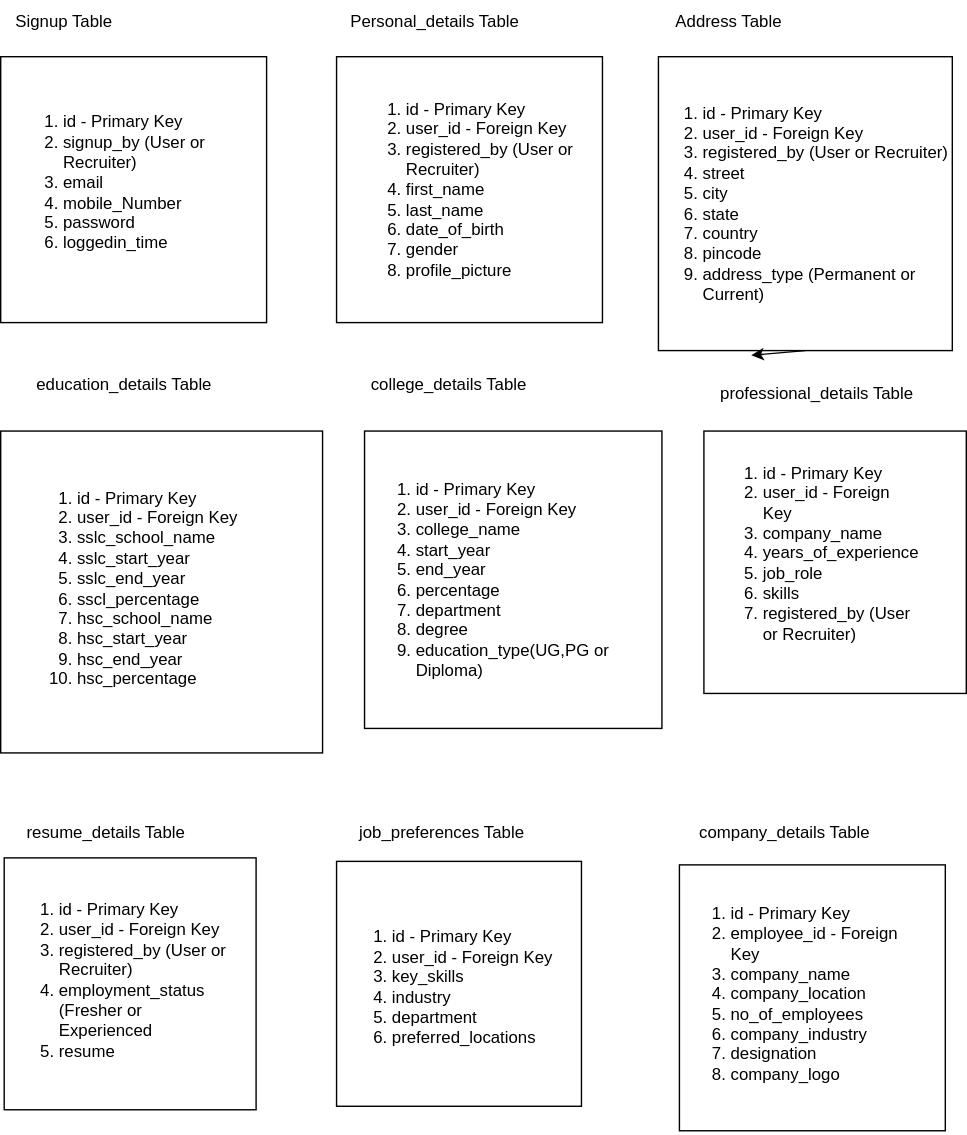
JobPortal006/backend keeps this draw.io diagram as fieldmaping.drawio.svg. Above is the earlier version. Source tidied: cells renumbered, new cells last; positions are measured from the earlier drawing's top-left corner, leaving out a move shared by most shapes.
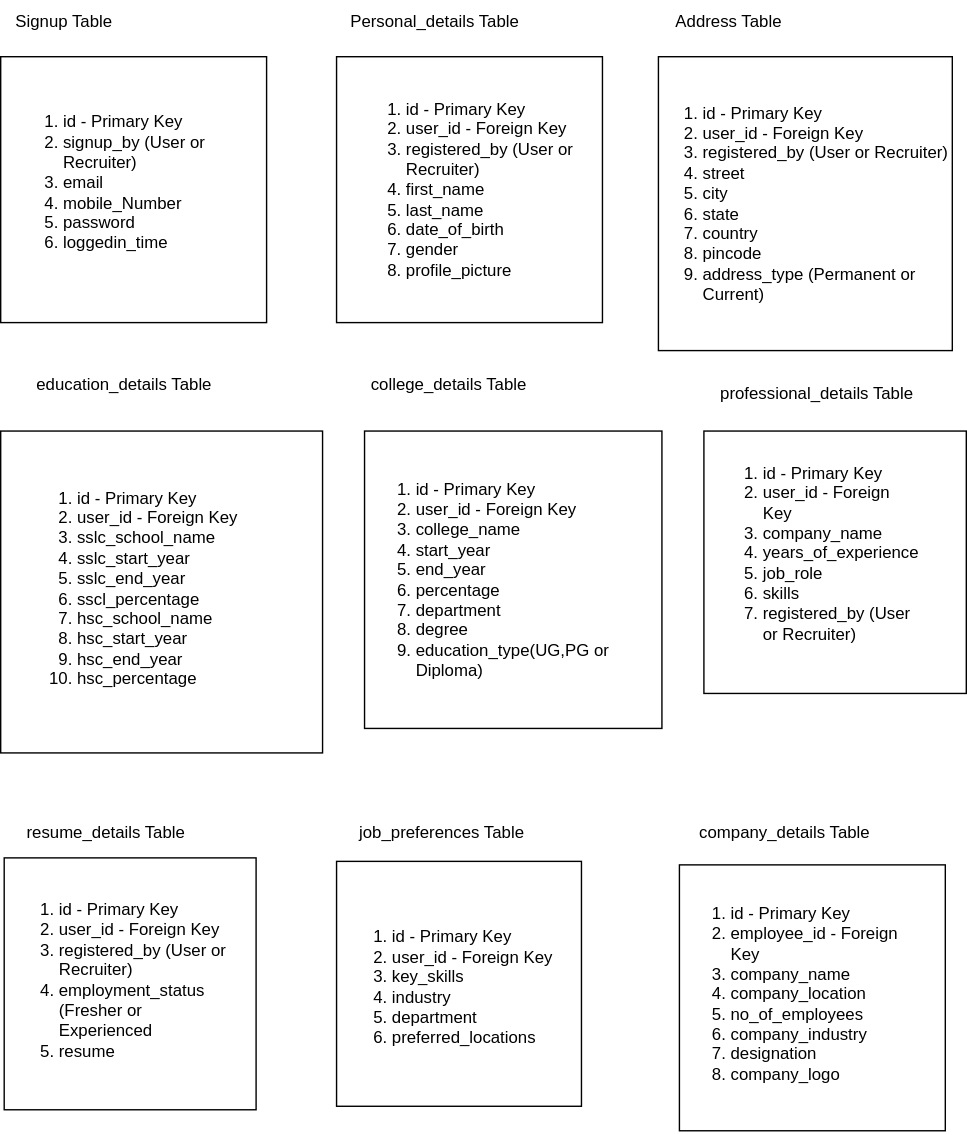
After the change.

What changed in the source:
```diff
@@ -74,9 +74,6 @@
     <mxCell id="25" value="&lt;ol&gt;&lt;li&gt;id - Primary Key&lt;/li&gt;&lt;li&gt;user_id - Foreign Key&lt;/li&gt;&lt;li&gt;key_skills&lt;/li&gt;&lt;li&gt;industry&lt;/li&gt;&lt;li&gt;department&lt;/li&gt;&lt;li&gt;preferred_locations&lt;/li&gt;&lt;/ol&gt;" style="text;strokeColor=none;fillColor=none;html=1;whiteSpace=wrap;verticalAlign=middle;overflow=hidden;" parent="1" vertex="1">
       <mxGeometry x="237.5" y="625" width="172.5" height="160" as="geometry" />
     </mxCell>
-    <mxCell id="26" style="edgeStyle=none;html=1;exitX=0.5;exitY=1;exitDx=0;exitDy=0;entryX=0.316;entryY=1.016;entryDx=0;entryDy=0;entryPerimeter=0;" parent="1" edge="1" source="7" target="7">
-      <mxGeometry relative="1" as="geometry" />
-    </mxCell>
     <mxCell id="27" value="college_details Table" style="text;html=1;align=center;verticalAlign=middle;strokeColor=none;fillColor=none;" parent="1" vertex="1">
       <mxGeometry x="255" y="260" width="130" height="30" as="geometry" />
     </mxCell>
```
